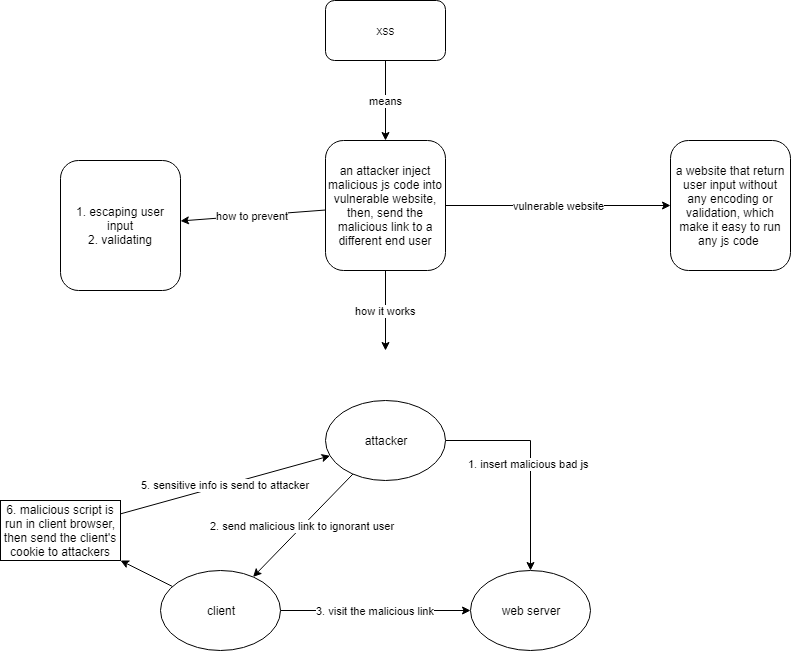
The draw.io diagram xss_concept.png in stsiwo/security_concept, before a commit. Source tidied: cells renumbered, new cells last; positions are measured from the earlier drawing's top-left corner, leaving out a move shared by most shapes.
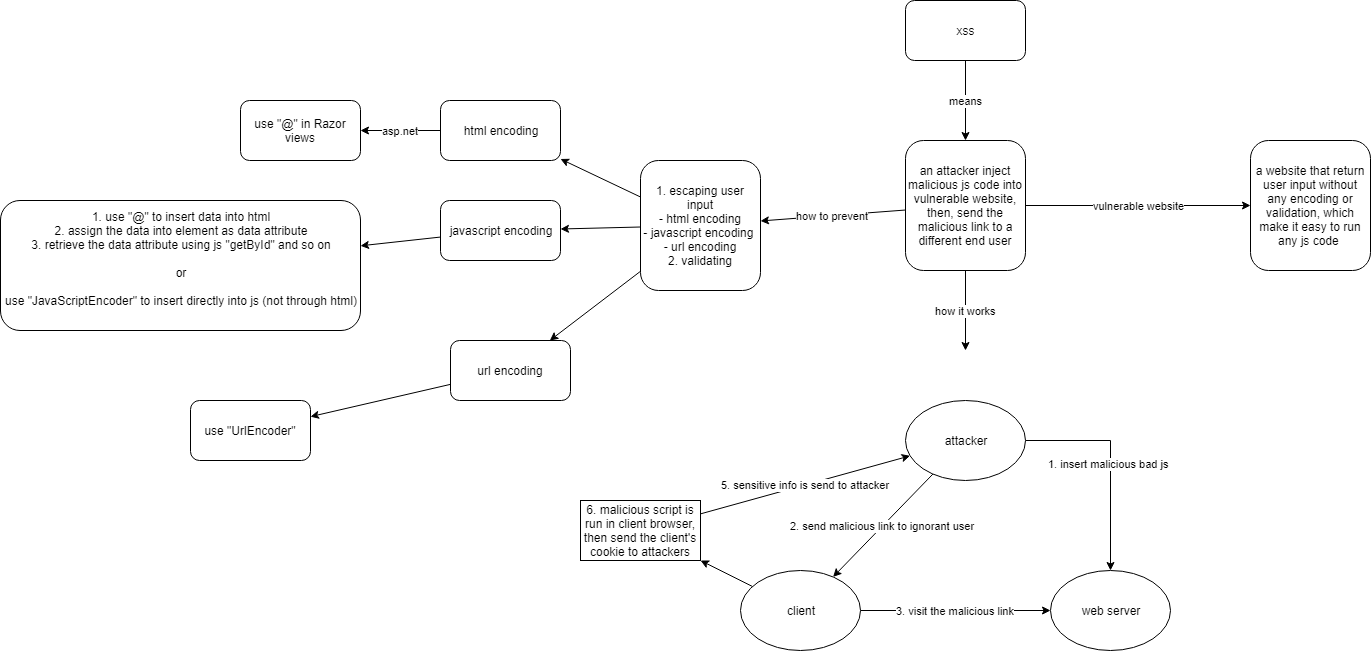
Above is the later version.

What changed in the source:
```diff
@@ -22,7 +22,16 @@
     <mxCell id="7" value="an attacker inject malicious js code into vulnerable website, then, send the malicious link to a different end user" style="rounded=1;whiteSpace=wrap;html=1;" parent="1" vertex="1">
       <mxGeometry x="325" y="140" width="120" height="130" as="geometry" />
     </mxCell>
+    <mxCell id="19" style="rounded=0;jettySize=auto;html=1;" parent="1" edge="1" source="8" target="23">
+      <mxGeometry relative="1" as="geometry" />
+    </mxCell>
+    <mxCell id="20" style="edgeStyle=none;rounded=0;jettySize=auto;html=1;" parent="1" edge="1" source="8" target="26">
+      <mxGeometry relative="1" as="geometry" />
+    </mxCell>
+    <mxCell id="21" style="edgeStyle=none;rounded=0;jettySize=auto;html=1;" parent="1" edge="1" source="8" target="29">
+      <mxGeometry relative="1" as="geometry" />
+    </mxCell>
-    <mxCell id="8" value="1. escaping user input&lt;br&gt;2. validating&lt;br&gt;" style="rounded=1;whiteSpace=wrap;html=1;" parent="1" vertex="1">
+    <mxCell id="8" value="1. escaping user input&lt;br&gt;- html encoding&lt;br&gt;- javascript encoding&amp;nbsp;&lt;br&gt;- url encoding&lt;br&gt;2. validating&lt;br&gt;" style="rounded=1;whiteSpace=wrap;html=1;" parent="1" vertex="1">
       <mxGeometry x="60" y="160" width="120" height="130" as="geometry" />
     </mxCell>
     <mxCell id="9" value="a website that return user input without any encoding or validation, which make it easy to run any js code&amp;nbsp;" style="rounded=1;whiteSpace=wrap;html=1;" parent="1" vertex="1">
@@ -55,5 +64,32 @@
     <mxCell id="18" value="6. malicious script is run in client browser, then send the client's cookie to attackers" style="rounded=0;whiteSpace=wrap;html=1;" parent="1" vertex="1">
       <mxGeometry y="500" width="120" height="60" as="geometry" />
     </mxCell>
+    <mxCell id="22" value="asp.net" style="edgeStyle=none;rounded=0;jettySize=auto;html=1;" parent="1" edge="1" source="23" target="24">
+      <mxGeometry relative="1" as="geometry" />
+    </mxCell>
+    <mxCell id="23" value="html encoding" style="rounded=1;whiteSpace=wrap;html=1;" parent="1" vertex="1">
+      <mxGeometry x="-140" y="100" width="120" height="60" as="geometry" />
+    </mxCell>
+    <mxCell id="24" value="use &quot;@&quot; in Razor views" style="rounded=1;whiteSpace=wrap;html=1;" parent="1" vertex="1">
+      <mxGeometry x="-340" y="100" width="120" height="60" as="geometry" />
+    </mxCell>
+    <mxCell id="25" style="edgeStyle=none;rounded=0;jettySize=auto;html=1;" parent="1" edge="1" source="26" target="27">
+      <mxGeometry relative="1" as="geometry" />
+    </mxCell>
+    <mxCell id="26" value="javascript encoding" style="rounded=1;whiteSpace=wrap;html=1;" parent="1" vertex="1">
+      <mxGeometry x="-140" y="200" width="120" height="60" as="geometry" />
+    </mxCell>
+    <mxCell id="27" value="1. use &quot;@&quot; to insert data into html&lt;br&gt;2. assign the data into element as data attribute&lt;br&gt;3. retrieve the data attribute using js &quot;getById&quot; and so on&lt;br&gt;&lt;br&gt;or&lt;br&gt;&amp;nbsp;&lt;br&gt;use &quot;JavaScriptEncoder&quot; to insert directly into js (not through html)&lt;br&gt;&lt;br&gt;" style="rounded=1;whiteSpace=wrap;html=1;" parent="1" vertex="1">
+      <mxGeometry x="-580" y="200" width="360" height="130" as="geometry" />
+    </mxCell>
+    <mxCell id="28" style="edgeStyle=none;rounded=0;jettySize=auto;html=1;" parent="1" edge="1" source="29" target="30">
+      <mxGeometry relative="1" as="geometry" />
+    </mxCell>
+    <mxCell id="29" value="url encoding" style="rounded=1;whiteSpace=wrap;html=1;" parent="1" vertex="1">
+      <mxGeometry x="-130" y="340" width="120" height="60" as="geometry" />
+    </mxCell>
+    <mxCell id="30" value="use &quot;UrlEncoder&quot;" style="rounded=1;whiteSpace=wrap;html=1;" parent="1" vertex="1">
+      <mxGeometry x="-390" y="400" width="120" height="60" as="geometry" />
+    </mxCell>
   </root>
 </mxGraphModel>
```
